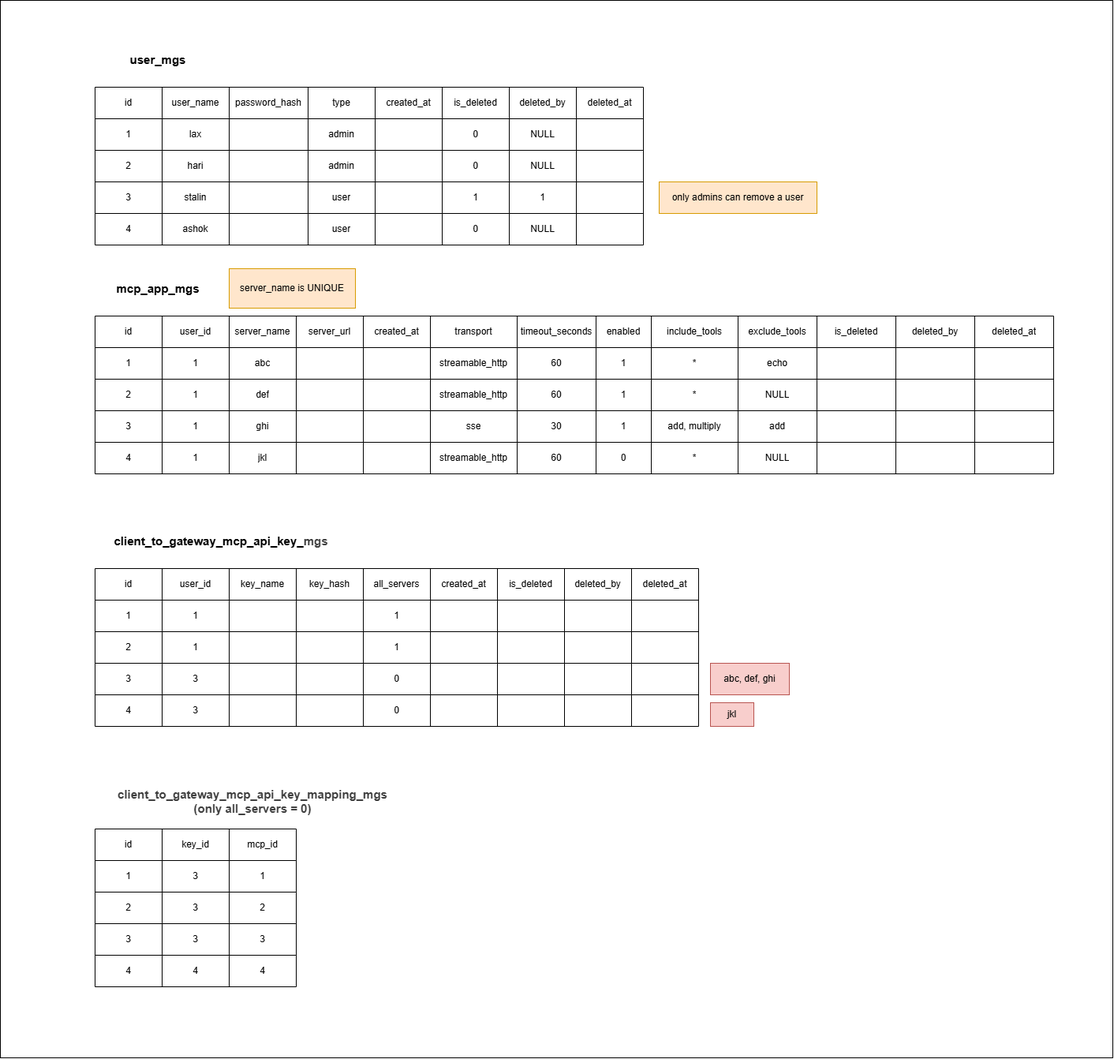
The draw.io diagram architecture/db_architecture.png in lakshmansierra/mcp-gateway-server, before a commit. Source tidied: cells renumbered, new cells last; positions are measured from the earlier drawing's top-left corner, leaving out a move shared by most shapes.
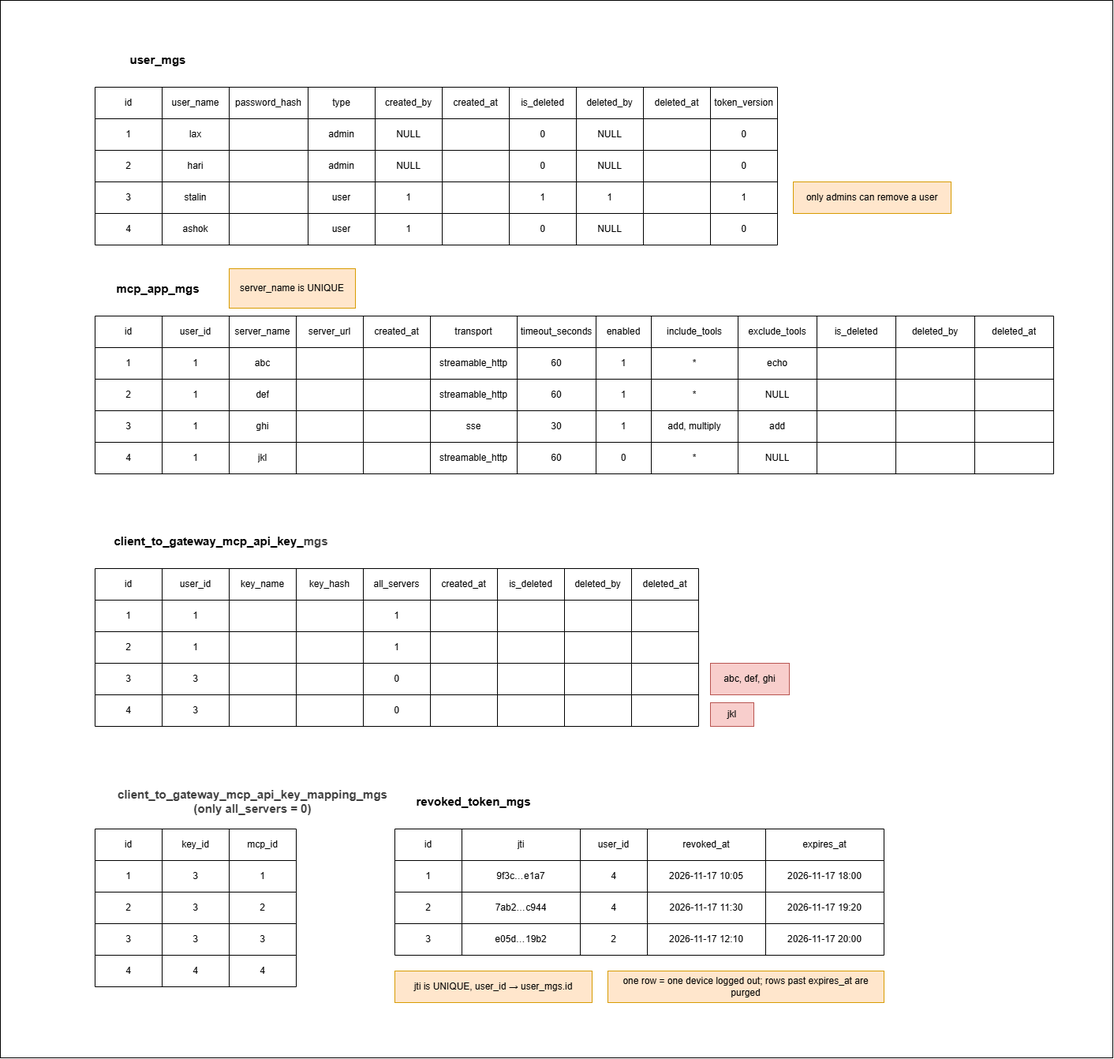
Later version of the same file.

The edit, as a diff of the source:
```diff
@@ -8,6 +8,6 @@
     <mxCell id="3" style="shape=table;startSize=0;fontStyle=0;" parent="1" vertex="1">
-      <mxGeometry x="120" y="110" width="695" height="200" as="geometry" />
+      <mxGeometry x="120" y="110" width="865" height="200" as="geometry" />
     </mxCell>
     <mxCell id="4" style="shape=tableRow;horizontal=0;startSize=0;swimlaneHead=0;swimlaneBody=0;strokeColor=inherit;top=0;left=0;bottom=0;right=0;fillColor=none;fontStyle=0;" parent="3" vertex="1">
-      <mxGeometry width="695" height="40" as="geometry" />
+      <mxGeometry width="865" height="40" as="geometry" />
     </mxCell>
@@ -26,15 +26,21 @@
     <mxCell id="9" value="created_at" style="shape=partialRectangle;html=1;whiteSpace=wrap;strokeColor=inherit;overflow=hidden;fillColor=none;top=0;left=0;bottom=0;right=0;fontStyle=0;" parent="4" vertex="1">
-      <mxGeometry x="355" width="85" height="40" as="geometry" />
+      <mxGeometry x="440" width="85" height="40" as="geometry" />
     </mxCell>
     <mxCell id="10" value="is_deleted" style="shape=partialRectangle;html=1;whiteSpace=wrap;strokeColor=inherit;overflow=hidden;fillColor=none;top=0;left=0;bottom=0;right=0;fontStyle=0;" parent="4" vertex="1">
-      <mxGeometry x="440" width="85" height="40" as="geometry" />
+      <mxGeometry x="525" width="85" height="40" as="geometry" />
     </mxCell>
     <mxCell id="11" value="deleted_by" style="shape=partialRectangle;html=1;whiteSpace=wrap;strokeColor=inherit;overflow=hidden;fillColor=none;top=0;left=0;bottom=0;right=0;fontStyle=0;" parent="4" vertex="1">
-      <mxGeometry x="525" width="85" height="40" as="geometry" />
+      <mxGeometry x="610" width="85" height="40" as="geometry" />
     </mxCell>
     <mxCell id="12" value="deleted_at" style="shape=partialRectangle;html=1;whiteSpace=wrap;strokeColor=inherit;overflow=hidden;fillColor=none;top=0;left=0;bottom=0;right=0;fontStyle=0;" parent="4" vertex="1">
-      <mxGeometry x="610" width="85" height="40" as="geometry" />
+      <mxGeometry x="695" width="85" height="40" as="geometry" />
     </mxCell>
+    <mxCell id="200" value="token_version" style="shape=partialRectangle;html=1;whiteSpace=wrap;strokeColor=inherit;overflow=hidden;fillColor=none;top=0;left=0;bottom=0;right=0;fontStyle=0;" parent="4" vertex="1">
+      <mxGeometry x="780" width="85" height="40" as="geometry" />
+    </mxCell>
+    <mxCell id="201" value="created_by" style="shape=partialRectangle;html=1;whiteSpace=wrap;strokeColor=inherit;overflow=hidden;fillColor=none;top=0;left=0;bottom=0;right=0;fontStyle=0;" parent="4" vertex="1">
+      <mxGeometry x="355" width="85" height="40" as="geometry" />
+    </mxCell>
     <mxCell id="13" style="shape=tableRow;horizontal=0;startSize=0;swimlaneHead=0;swimlaneBody=0;strokeColor=inherit;top=0;left=0;bottom=0;right=0;fillColor=none;fontStyle=0;" parent="3" vertex="1">
-      <mxGeometry y="40" width="695" height="40" as="geometry" />
+      <mxGeometry y="40" width="865" height="40" as="geometry" />
     </mxCell>
@@ -53,15 +59,21 @@
     <mxCell id="18" style="shape=partialRectangle;html=1;whiteSpace=wrap;strokeColor=inherit;overflow=hidden;fillColor=none;top=0;left=0;bottom=0;right=0;fontStyle=0;" parent="13" vertex="1">
-      <mxGeometry x="355" width="85" height="40" as="geometry" />
+      <mxGeometry x="440" width="85" height="40" as="geometry" />
     </mxCell>
     <mxCell id="19" value="0" style="shape=partialRectangle;html=1;whiteSpace=wrap;strokeColor=inherit;overflow=hidden;fillColor=none;top=0;left=0;bottom=0;right=0;fontStyle=0;" parent="13" vertex="1">
-      <mxGeometry x="440" width="85" height="40" as="geometry" />
+      <mxGeometry x="525" width="85" height="40" as="geometry" />
     </mxCell>
     <mxCell id="20" value="NULL" style="shape=partialRectangle;html=1;whiteSpace=wrap;strokeColor=inherit;overflow=hidden;fillColor=none;top=0;left=0;bottom=0;right=0;fontStyle=0;" parent="13" vertex="1">
-      <mxGeometry x="525" width="85" height="40" as="geometry" />
+      <mxGeometry x="610" width="85" height="40" as="geometry" />
     </mxCell>
     <mxCell id="21" style="shape=partialRectangle;html=1;whiteSpace=wrap;strokeColor=inherit;overflow=hidden;fillColor=none;top=0;left=0;bottom=0;right=0;fontStyle=0;" parent="13" vertex="1">
-      <mxGeometry x="610" width="85" height="40" as="geometry" />
+      <mxGeometry x="695" width="85" height="40" as="geometry" />
     </mxCell>
+    <mxCell id="202" value="0" style="shape=partialRectangle;html=1;whiteSpace=wrap;strokeColor=inherit;overflow=hidden;fillColor=none;top=0;left=0;bottom=0;right=0;fontStyle=0;" parent="13" vertex="1">
+      <mxGeometry x="780" width="85" height="40" as="geometry" />
+    </mxCell>
+    <mxCell id="203" value="NULL" style="shape=partialRectangle;html=1;whiteSpace=wrap;strokeColor=inherit;overflow=hidden;fillColor=none;top=0;left=0;bottom=0;right=0;fontStyle=0;" parent="13" vertex="1">
+      <mxGeometry x="355" width="85" height="40" as="geometry" />
+    </mxCell>
     <mxCell id="22" style="shape=tableRow;horizontal=0;startSize=0;swimlaneHead=0;swimlaneBody=0;strokeColor=inherit;top=0;left=0;bottom=0;right=0;fillColor=none;fontStyle=0;" parent="3" vertex="1">
-      <mxGeometry y="80" width="695" height="40" as="geometry" />
+      <mxGeometry y="80" width="865" height="40" as="geometry" />
     </mxCell>
@@ -80,15 +92,21 @@
     <mxCell id="27" style="shape=partialRectangle;html=1;whiteSpace=wrap;strokeColor=inherit;overflow=hidden;fillColor=none;top=0;left=0;bottom=0;right=0;fontStyle=0;" parent="22" vertex="1">
-      <mxGeometry x="355" width="85" height="40" as="geometry" />
+      <mxGeometry x="440" width="85" height="40" as="geometry" />
     </mxCell>
     <mxCell id="28" value="0" style="shape=partialRectangle;html=1;whiteSpace=wrap;strokeColor=inherit;overflow=hidden;fillColor=none;top=0;left=0;bottom=0;right=0;fontStyle=0;" parent="22" vertex="1">
-      <mxGeometry x="440" width="85" height="40" as="geometry" />
+      <mxGeometry x="525" width="85" height="40" as="geometry" />
     </mxCell>
     <mxCell id="29" value="NULL" style="shape=partialRectangle;html=1;whiteSpace=wrap;strokeColor=inherit;overflow=hidden;fillColor=none;top=0;left=0;bottom=0;right=0;fontStyle=0;" parent="22" vertex="1">
-      <mxGeometry x="525" width="85" height="40" as="geometry" />
+      <mxGeometry x="610" width="85" height="40" as="geometry" />
     </mxCell>
     <mxCell id="30" style="shape=partialRectangle;html=1;whiteSpace=wrap;strokeColor=inherit;overflow=hidden;fillColor=none;top=0;left=0;bottom=0;right=0;fontStyle=0;" parent="22" vertex="1">
-      <mxGeometry x="610" width="85" height="40" as="geometry" />
+      <mxGeometry x="695" width="85" height="40" as="geometry" />
     </mxCell>
+    <mxCell id="204" value="0" style="shape=partialRectangle;html=1;whiteSpace=wrap;strokeColor=inherit;overflow=hidden;fillColor=none;top=0;left=0;bottom=0;right=0;fontStyle=0;" parent="22" vertex="1">
+      <mxGeometry x="780" width="85" height="40" as="geometry" />
+    </mxCell>
+    <mxCell id="205" value="NULL" style="shape=partialRectangle;html=1;whiteSpace=wrap;strokeColor=inherit;overflow=hidden;fillColor=none;top=0;left=0;bottom=0;right=0;fontStyle=0;" parent="22" vertex="1">
+      <mxGeometry x="355" width="85" height="40" as="geometry" />
+    </mxCell>
     <mxCell id="31" style="shape=tableRow;horizontal=0;startSize=0;swimlaneHead=0;swimlaneBody=0;strokeColor=inherit;top=0;left=0;bottom=0;right=0;fillColor=none;fontStyle=0;" parent="3" vertex="1">
-      <mxGeometry y="120" width="695" height="40" as="geometry" />
+      <mxGeometry y="120" width="865" height="40" as="geometry" />
     </mxCell>
@@ -107,15 +125,21 @@
     <mxCell id="36" style="shape=partialRectangle;html=1;whiteSpace=wrap;strokeColor=inherit;overflow=hidden;fillColor=none;top=0;left=0;bottom=0;right=0;fontStyle=0;" parent="31" vertex="1">
-      <mxGeometry x="355" width="85" height="40" as="geometry" />
+      <mxGeometry x="440" width="85" height="40" as="geometry" />
     </mxCell>
     <mxCell id="37" value="1" style="shape=partialRectangle;html=1;whiteSpace=wrap;strokeColor=inherit;overflow=hidden;fillColor=none;top=0;left=0;bottom=0;right=0;fontStyle=0;" parent="31" vertex="1">
-      <mxGeometry x="440" width="85" height="40" as="geometry" />
+      <mxGeometry x="525" width="85" height="40" as="geometry" />
     </mxCell>
     <mxCell id="38" value="1" style="shape=partialRectangle;html=1;whiteSpace=wrap;strokeColor=inherit;overflow=hidden;fillColor=none;top=0;left=0;bottom=0;right=0;fontStyle=0;" parent="31" vertex="1">
-      <mxGeometry x="525" width="85" height="40" as="geometry" />
+      <mxGeometry x="610" width="85" height="40" as="geometry" />
     </mxCell>
     <mxCell id="39" style="shape=partialRectangle;html=1;whiteSpace=wrap;strokeColor=inherit;overflow=hidden;fillColor=none;top=0;left=0;bottom=0;right=0;fontStyle=0;" parent="31" vertex="1">
-      <mxGeometry x="610" width="85" height="40" as="geometry" />
+      <mxGeometry x="695" width="85" height="40" as="geometry" />
     </mxCell>
+    <mxCell id="206" value="1" style="shape=partialRectangle;html=1;whiteSpace=wrap;strokeColor=inherit;overflow=hidden;fillColor=none;top=0;left=0;bottom=0;right=0;fontStyle=0;" parent="31" vertex="1">
+      <mxGeometry x="780" width="85" height="40" as="geometry" />
+    </mxCell>
+    <mxCell id="207" value="1" style="shape=partialRectangle;html=1;whiteSpace=wrap;strokeColor=inherit;overflow=hidden;fillColor=none;top=0;left=0;bottom=0;right=0;fontStyle=0;" parent="31" vertex="1">
+      <mxGeometry x="355" width="85" height="40" as="geometry" />
+    </mxCell>
     <mxCell id="40" style="shape=tableRow;horizontal=0;startSize=0;swimlaneHead=0;swimlaneBody=0;strokeColor=inherit;top=0;left=0;bottom=0;right=0;fillColor=none;fontStyle=0;" parent="3" vertex="1">
-      <mxGeometry y="160" width="695" height="40" as="geometry" />
+      <mxGeometry y="160" width="865" height="40" as="geometry" />
     </mxCell>
@@ -134,13 +158,19 @@
     <mxCell id="45" style="shape=partialRectangle;html=1;whiteSpace=wrap;strokeColor=inherit;overflow=hidden;fillColor=none;top=0;left=0;bottom=0;right=0;fontStyle=0;" parent="40" vertex="1">
-      <mxGeometry x="355" width="85" height="40" as="geometry" />
+      <mxGeometry x="440" width="85" height="40" as="geometry" />
     </mxCell>
     <mxCell id="46" value="0" style="shape=partialRectangle;html=1;whiteSpace=wrap;strokeColor=inherit;overflow=hidden;fillColor=none;top=0;left=0;bottom=0;right=0;fontStyle=0;" parent="40" vertex="1">
-      <mxGeometry x="440" width="85" height="40" as="geometry" />
+      <mxGeometry x="525" width="85" height="40" as="geometry" />
     </mxCell>
     <mxCell id="47" value="NULL" style="shape=partialRectangle;html=1;whiteSpace=wrap;strokeColor=inherit;overflow=hidden;fillColor=none;top=0;left=0;bottom=0;right=0;fontStyle=0;" parent="40" vertex="1">
-      <mxGeometry x="525" width="85" height="40" as="geometry" />
+      <mxGeometry x="610" width="85" height="40" as="geometry" />
     </mxCell>
     <mxCell id="48" style="shape=partialRectangle;html=1;whiteSpace=wrap;strokeColor=inherit;overflow=hidden;fillColor=none;top=0;left=0;bottom=0;right=0;fontStyle=0;" parent="40" vertex="1">
-      <mxGeometry x="610" width="85" height="40" as="geometry" />
+      <mxGeometry x="695" width="85" height="40" as="geometry" />
     </mxCell>
+    <mxCell id="208" value="0" style="shape=partialRectangle;html=1;whiteSpace=wrap;strokeColor=inherit;overflow=hidden;fillColor=none;top=0;left=0;bottom=0;right=0;fontStyle=0;" parent="40" vertex="1">
+      <mxGeometry x="780" width="85" height="40" as="geometry" />
+    </mxCell>
+    <mxCell id="209" value="1" style="shape=partialRectangle;html=1;whiteSpace=wrap;strokeColor=inherit;overflow=hidden;fillColor=none;top=0;left=0;bottom=0;right=0;fontStyle=0;" parent="40" vertex="1">
+      <mxGeometry x="355" width="85" height="40" as="geometry" />
+    </mxCell>
     <mxCell id="49" value="&lt;b&gt;user_mgs&lt;/b&gt;" style="text;html=1;align=center;verticalAlign=middle;whiteSpace=wrap;rounded=0;fontStyle=0;fontSize=15;" parent="1" vertex="1">
@@ -593,3 +623,3 @@
     <mxCell id="198" value="only admins can remove a user" style="text;html=1;whiteSpace=wrap;strokeColor=#d79b00;fillColor=#ffe6cc;align=center;verticalAlign=middle;rounded=0;" parent="1" vertex="1">
-      <mxGeometry x="835" y="230" width="200" height="40" as="geometry" />
+      <mxGeometry x="1005" y="230" width="200" height="40" as="geometry" />
     </mxCell>
@@ -598,2 +628,86 @@
     </mxCell>
+    <mxCell id="210" value="&lt;b&gt;revoked_token_mgs&lt;/b&gt;" style="text;html=1;align=center;verticalAlign=middle;whiteSpace=wrap;rounded=0;fontStyle=0;fontSize=15;" parent="1" vertex="1">
+      <mxGeometry x="500" y="1000" width="200" height="30" as="geometry" />
+    </mxCell>
+    <mxCell id="211" style="shape=table;startSize=0;fontStyle=0;" parent="1" vertex="1">
+      <mxGeometry x="500" y="1050" width="620" height="160" as="geometry" />
+    </mxCell>
+    <mxCell id="212" style="shape=tableRow;horizontal=0;startSize=0;swimlaneHead=0;swimlaneBody=0;strokeColor=inherit;top=0;left=0;bottom=0;right=0;fillColor=none;fontStyle=0;" parent="211" vertex="1">
+      <mxGeometry width="620" height="40" as="geometry" />
+    </mxCell>
+    <mxCell id="213" value="id" style="shape=partialRectangle;html=1;whiteSpace=wrap;strokeColor=inherit;overflow=hidden;fillColor=none;top=0;left=0;bottom=0;right=0;fontStyle=0;" parent="212" vertex="1">
+      <mxGeometry width="85" height="40" as="geometry" />
+    </mxCell>
+    <mxCell id="214" value="jti" style="shape=partialRectangle;html=1;whiteSpace=wrap;strokeColor=inherit;overflow=hidden;fillColor=none;top=0;left=0;bottom=0;right=0;fontStyle=0;" parent="212" vertex="1">
+      <mxGeometry x="85" width="150" height="40" as="geometry" />
+    </mxCell>
+    <mxCell id="215" value="user_id" style="shape=partialRectangle;html=1;whiteSpace=wrap;strokeColor=inherit;overflow=hidden;fillColor=none;top=0;left=0;bottom=0;right=0;fontStyle=0;" parent="212" vertex="1">
+      <mxGeometry x="235" width="85" height="40" as="geometry" />
+    </mxCell>
+    <mxCell id="216" value="revoked_at" style="shape=partialRectangle;html=1;whiteSpace=wrap;strokeColor=inherit;overflow=hidden;fillColor=none;top=0;left=0;bottom=0;right=0;fontStyle=0;" parent="212" vertex="1">
+      <mxGeometry x="320" width="150" height="40" as="geometry" />
+    </mxCell>
+    <mxCell id="217" value="expires_at" style="shape=partialRectangle;html=1;whiteSpace=wrap;strokeColor=inherit;overflow=hidden;fillColor=none;top=0;left=0;bottom=0;right=0;fontStyle=0;" parent="212" vertex="1">
+      <mxGeometry x="470" width="150" height="40" as="geometry" />
+    </mxCell>
+    <mxCell id="218" style="shape=tableRow;horizontal=0;startSize=0;swimlaneHead=0;swimlaneBody=0;strokeColor=inherit;top=0;left=0;bottom=0;right=0;fillColor=none;fontStyle=0;" parent="211" vertex="1">
+      <mxGeometry y="40" width="620" height="40" as="geometry" />
+    </mxCell>
+    <mxCell id="219" value="1" style="shape=partialRectangle;html=1;whiteSpace=wrap;strokeColor=inherit;overflow=hidden;fillColor=none;top=0;left=0;bottom=0;right=0;fontStyle=0;" parent="218" vertex="1">
+      <mxGeometry width="85" height="40" as="geometry" />
+    </mxCell>
+    <mxCell id="220" value="9f3c…e1a7" style="shape=partialRectangle;html=1;whiteSpace=wrap;strokeColor=inherit;overflow=hidden;fillColor=none;top=0;left=0;bottom=0;right=0;fontStyle=0;" parent="218" vertex="1">
+      <mxGeometry x="85" width="150" height="40" as="geometry" />
+    </mxCell>
+    <mxCell id="221" value="4" style="shape=partialRectangle;html=1;whiteSpace=wrap;strokeColor=inherit;overflow=hidden;fillColor=none;top=0;left=0;bottom=0;right=0;fontStyle=0;" parent="218" vertex="1">
+      <mxGeometry x="235" width="85" height="40" as="geometry" />
+    </mxCell>
+    <mxCell id="222" value="2026-11-17 10:05" style="shape=partialRectangle;html=1;whiteSpace=wrap;strokeColor=inherit;overflow=hidden;fillColor=none;top=0;left=0;bottom=0;right=0;fontStyle=0;" parent="218" vertex="1">
+      <mxGeometry x="320" width="150" height="40" as="geometry" />
+    </mxCell>
+    <mxCell id="223" value="2026-11-17 18:00" style="shape=partialRectangle;html=1;whiteSpace=wrap;strokeColor=inherit;overflow=hidden;fillColor=none;top=0;left=0;bottom=0;right=0;fontStyle=0;" parent="218" vertex="1">
+      <mxGeometry x="470" width="150" height="40" as="geometry" />
+    </mxCell>
+    <mxCell id="224" style="shape=tableRow;horizontal=0;startSize=0;swimlaneHead=0;swimlaneBody=0;strokeColor=inherit;top=0;left=0;bottom=0;right=0;fillColor=none;fontStyle=0;" parent="211" vertex="1">
+      <mxGeometry y="80" width="620" height="40" as="geometry" />
+    </mxCell>
+    <mxCell id="225" value="2" style="shape=partialRectangle;html=1;whiteSpace=wrap;strokeColor=inherit;overflow=hidden;fillColor=none;top=0;left=0;bottom=0;right=0;fontStyle=0;" parent="224" vertex="1">
+      <mxGeometry width="85" height="40" as="geometry" />
+    </mxCell>
+    <mxCell id="226" value="7ab2…c944" style="shape=partialRectangle;html=1;whiteSpace=wrap;strokeColor=inherit;overflow=hidden;fillColor=none;top=0;left=0;bottom=0;right=0;fontStyle=0;" parent="224" vertex="1">
+      <mxGeometry x="85" width="150" height="40" as="geometry" />
+    </mxCell>
+    <mxCell id="227" value="4" style="shape=partialRectangle;html=1;whiteSpace=wrap;strokeColor=inherit;overflow=hidden;fillColor=none;top=0;left=0;bottom=0;right=0;fontStyle=0;" parent="224" vertex="1">
+      <mxGeometry x="235" width="85" height="40" as="geometry" />
+    </mxCell>
+    <mxCell id="228" value="2026-11-17 11:30" style="shape=partialRectangle;html=1;whiteSpace=wrap;strokeColor=inherit;overflow=hidden;fillColor=none;top=0;left=0;bottom=0;right=0;fontStyle=0;" parent="224" vertex="1">
+      <mxGeometry x="320" width="150" height="40" as="geometry" />
+    </mxCell>
+    <mxCell id="229" value="2026-11-17 19:20" style="shape=partialRectangle;html=1;whiteSpace=wrap;strokeColor=inherit;overflow=hidden;fillColor=none;top=0;left=0;bottom=0;right=0;fontStyle=0;" parent="224" vertex="1">
+      <mxGeometry x="470" width="150" height="40" as="geometry" />
+    </mxCell>
+    <mxCell id="230" style="shape=tableRow;horizontal=0;startSize=0;swimlaneHead=0;swimlaneBody=0;strokeColor=inherit;top=0;left=0;bottom=0;right=0;fillColor=none;fontStyle=0;" parent="211" vertex="1">
+      <mxGeometry y="120" width="620" height="40" as="geometry" />
+    </mxCell>
+    <mxCell id="231" value="3" style="shape=partialRectangle;html=1;whiteSpace=wrap;strokeColor=inherit;overflow=hidden;fillColor=none;top=0;left=0;bottom=0;right=0;fontStyle=0;" parent="230" vertex="1">
+      <mxGeometry width="85" height="40" as="geometry" />
+    </mxCell>
+    <mxCell id="232" value="e05d…19b2" style="shape=partialRectangle;html=1;whiteSpace=wrap;strokeColor=inherit;overflow=hidden;fillColor=none;top=0;left=0;bottom=0;right=0;fontStyle=0;" parent="230" vertex="1">
+      <mxGeometry x="85" width="150" height="40" as="geometry" />
+    </mxCell>
+    <mxCell id="233" value="2" style="shape=partialRectangle;html=1;whiteSpace=wrap;strokeColor=inherit;overflow=hidden;fillColor=none;top=0;left=0;bottom=0;right=0;fontStyle=0;" parent="230" vertex="1">
+      <mxGeometry x="235" width="85" height="40" as="geometry" />
+    </mxCell>
+    <mxCell id="234" value="2026-11-17 12:10" style="shape=partialRectangle;html=1;whiteSpace=wrap;strokeColor=inherit;overflow=hidden;fillColor=none;top=0;left=0;bottom=0;right=0;fontStyle=0;" parent="230" vertex="1">
+      <mxGeometry x="320" width="150" height="40" as="geometry" />
+    </mxCell>
+    <mxCell id="235" value="2026-11-17 20:00" style="shape=partialRectangle;html=1;whiteSpace=wrap;strokeColor=inherit;overflow=hidden;fillColor=none;top=0;left=0;bottom=0;right=0;fontStyle=0;" parent="230" vertex="1">
+      <mxGeometry x="470" width="150" height="40" as="geometry" />
+    </mxCell>
+    <mxCell id="236" value="jti is UNIQUE, user_id → user_mgs.id" style="text;html=1;whiteSpace=wrap;strokeColor=#d79b00;fillColor=#ffe6cc;align=center;verticalAlign=middle;rounded=0;" parent="1" vertex="1">
+      <mxGeometry x="500" y="1230" width="250" height="40" as="geometry" />
+    </mxCell>
+    <mxCell id="237" value="one row = one device logged out; rows past expires_at are purged" style="text;html=1;whiteSpace=wrap;strokeColor=#d79b00;fillColor=#ffe6cc;align=center;verticalAlign=middle;rounded=0;" parent="1" vertex="1">
+      <mxGeometry x="770" y="1230" width="350" height="40" as="geometry" />
+    </mxCell>
   </root>
```
